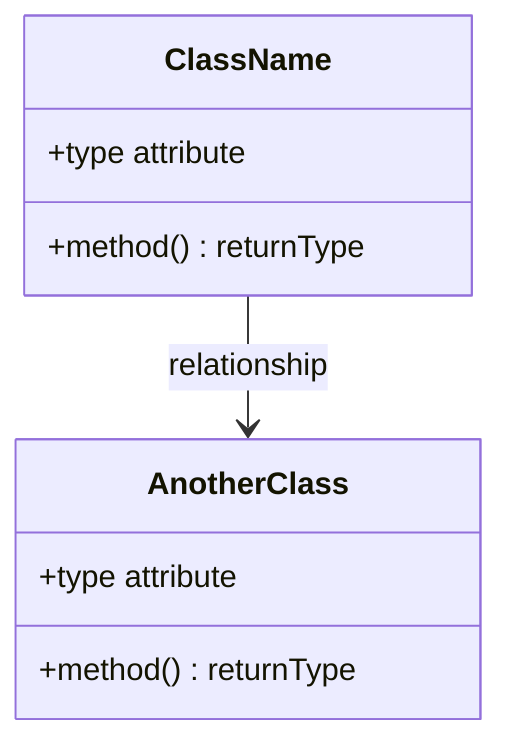
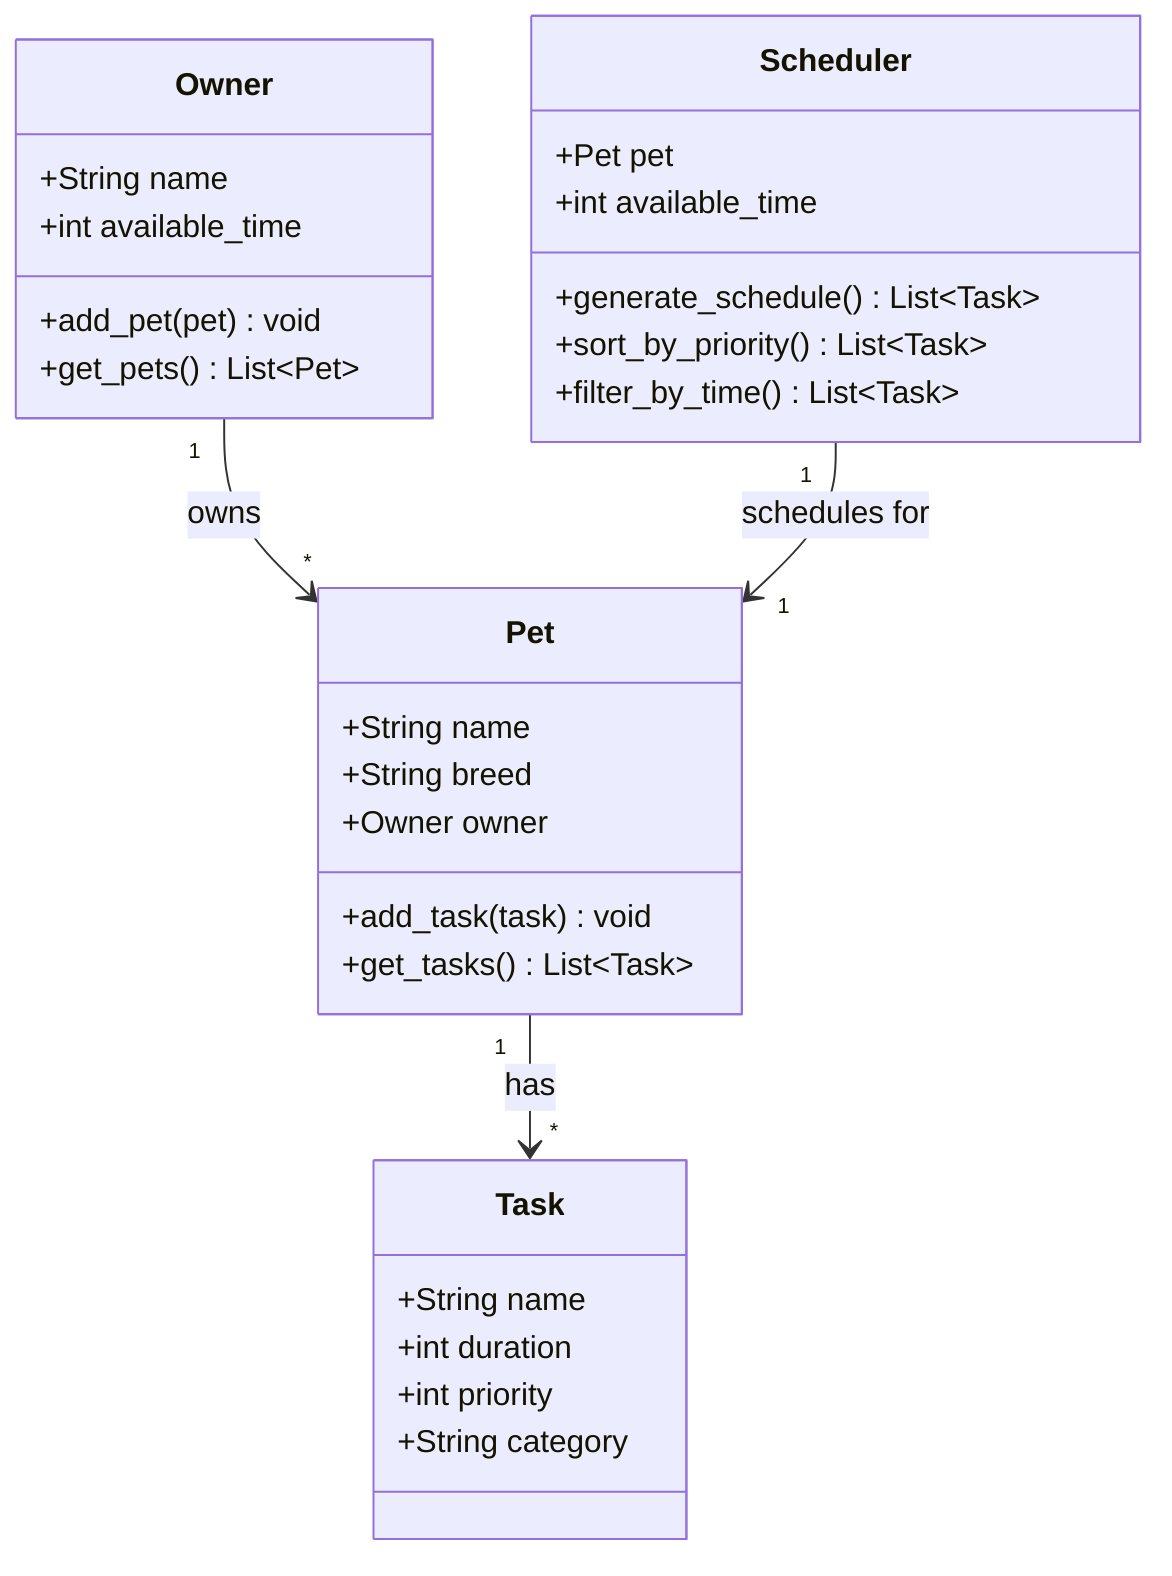
classDiagram
-     %% Replace the placeholders below with your actual classes, attributes, methods, and relationships.
-     %% Keep this file updated so it matches your final implementation.
- 
-     class ClassName {
-         +type attribute
-         +method() returnType
+     class Owner {
+         +String name
+         +int available_time
+         +add_pet(pet) void
+         +get_pets() List~Pet~
    }

-     class AnotherClass {
-         +type attribute
-         +method() returnType
+     class Pet {
+         +String name
+         +String breed
+         +Owner owner
+         +add_task(task) void
+         +get_tasks() List~Task~
    }

-     ClassName --> AnotherClass : relationship
+     class Task {
+         +String name
+         +int duration
+         +int priority
+         +String category
+     }
+ 
+     class Scheduler {
+         +Pet pet
+         +int available_time
+         +generate_schedule() List~Task~
+         +sort_by_priority() List~Task~
+         +filter_by_time() List~Task~
+     }
+ 
+     Owner "1" --> "*" Pet : owns
+     Pet "1" --> "*" Task : has
+     Scheduler "1" --> "1" Pet : schedules for
